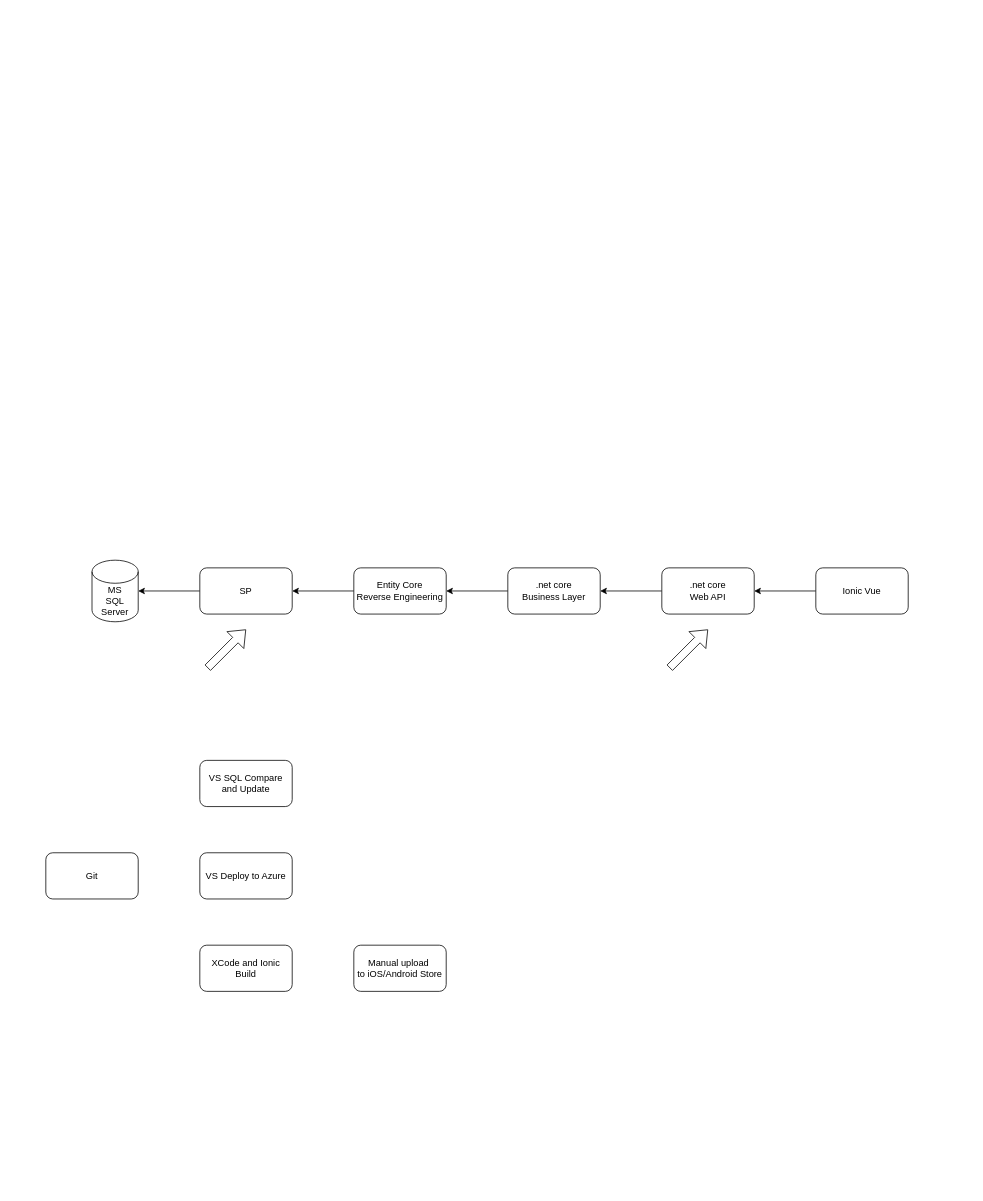
vinceliao99/MyDiagrams keeps this draw.io diagram as Dev Flow/Dev Flow.drawio. Above is the earlier version. Source tidied: cells renumbered, new cells numbered last; positions are measured from the earlier drawing's top-left corner, leaving out a move shared by most shapes. Both pictures are drawn from the tidied source at 77%, with x=0, y=0 at pixel (45, 560).
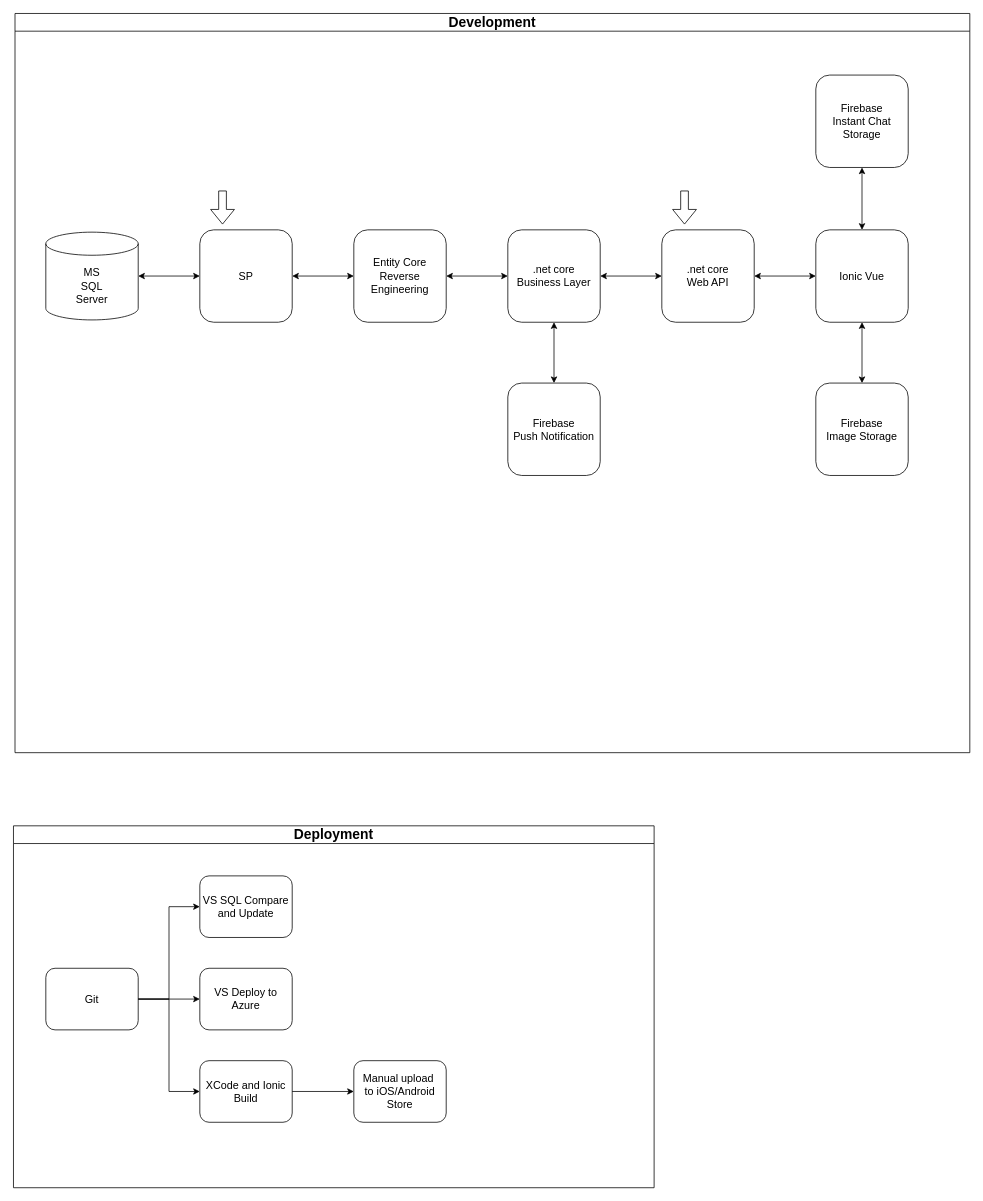
The same diagram, later.

The edit, as a diff of the source:
```diff
@@
-    <mxCell id="2" value="MS&lt;div&gt;SQL&lt;/div&gt;&lt;div&gt;Server&lt;/div&gt;" style="shape=cylinder3;whiteSpace=wrap;html=1;boundedLbl=1;backgroundOutline=1;size=15;" parent="1" vertex="1">
-      <mxGeometry x="60" width="60" height="80" as="geometry" />
-    </mxCell>
-    <mxCell id="3" style="edgeStyle=orthogonalEdgeStyle;rounded=0;jettySize=auto;html=1;exitX=0;exitY=0.5;exitDx=0;exitDy=0;" parent="1" edge="1" source="4" target="2">
-      <mxGeometry relative="1" as="geometry" />
-    </mxCell>
-    <mxCell id="4" value="SP" style="rounded=1;whiteSpace=wrap;html=1;" parent="1" vertex="1">
-      <mxGeometry x="200" y="10" width="120" height="60" as="geometry" />
-    </mxCell>
-    <mxCell id="5" style="edgeStyle=orthogonalEdgeStyle;rounded=0;jettySize=auto;html=1;exitX=0;exitY=0.5;exitDx=0;exitDy=0;entryX=1;entryY=0.5;entryDx=0;entryDy=0;" parent="1" edge="1" source="6" target="10">
-      <mxGeometry relative="1" as="geometry" />
-    </mxCell>
-    <mxCell id="6" value=".net core&lt;div&gt;Web API&lt;/div&gt;" style="rounded=1;whiteSpace=wrap;html=1;" parent="1" vertex="1">
-      <mxGeometry x="800" y="10" width="120" height="60" as="geometry" />
-    </mxCell>
-    <mxCell id="7" style="edgeStyle=orthogonalEdgeStyle;rounded=0;jettySize=auto;html=1;exitX=0;exitY=0.5;exitDx=0;exitDy=0;" parent="1" edge="1" source="8" target="4">
-      <mxGeometry relative="1" as="geometry" />
-    </mxCell>
-    <mxCell id="8" value="Entity Core&lt;div&gt;Reverse Engineering&lt;/div&gt;" style="rounded=1;whiteSpace=wrap;html=1;" parent="1" vertex="1">
-      <mxGeometry x="400" y="10" width="120" height="60" as="geometry" />
-    </mxCell>
-    <mxCell id="9" style="edgeStyle=orthogonalEdgeStyle;rounded=0;jettySize=auto;html=1;exitX=0;exitY=0.5;exitDx=0;exitDy=0;entryX=1;entryY=0.5;entryDx=0;entryDy=0;" parent="1" edge="1" source="10" target="8">
-      <mxGeometry relative="1" as="geometry" />
-    </mxCell>
-    <mxCell id="10" value=".net core&lt;div&gt;Business Layer&lt;/div&gt;" style="rounded=1;whiteSpace=wrap;html=1;" parent="1" vertex="1">
-      <mxGeometry x="600" y="10" width="120" height="60" as="geometry" />
-    </mxCell>
-    <mxCell id="11" style="edgeStyle=orthogonalEdgeStyle;rounded=0;jettySize=auto;html=1;exitX=0;exitY=0.5;exitDx=0;exitDy=0;entryX=1;entryY=0.5;entryDx=0;entryDy=0;" parent="1" edge="1" source="12" target="6">
-      <mxGeometry relative="1" as="geometry" />
-    </mxCell>
-    <mxCell id="12" value="Ionic Vue" style="rounded=1;whiteSpace=wrap;html=1;" parent="1" vertex="1">
-      <mxGeometry x="1000" y="10" width="120" height="60" as="geometry" />
-    </mxCell>
-    <mxCell id="13" style="shape=flexArrow;endArrow=classic;html=1;rounded=0;" parent="1" edge="1">
-      <mxGeometry relative="1" as="geometry">
-        <mxPoint x="810" y="140" as="sourcePoint" />
-        <mxPoint x="860" y="90" as="targetPoint" />
-      </mxGeometry>
-    </mxCell>
-    <mxCell id="14" style="shape=flexArrow;endArrow=classic;html=1;rounded=0;" parent="1" edge="1">
-      <mxGeometry relative="1" as="geometry">
-        <mxPoint x="210" y="140" as="sourcePoint" />
-        <mxPoint x="260" y="90" as="targetPoint" />
-      </mxGeometry>
-    </mxCell>
+    <mxCell id="20" value="&lt;font style=&quot;font-size: 18px;&quot;&gt;Deployment&lt;/font&gt;" style="swimlane;whiteSpace=wrap;html=1;startSize=23;" parent="1" vertex="1">
+      <mxGeometry x="-42" y="345" width="832" height="470" as="geometry" />
+    </mxCell>
-    <mxCell id="15" value="Git" style="rounded=1;whiteSpace=wrap;html=1;" parent="1" vertex="1">
-      <mxGeometry y="380" width="120" height="60" as="geometry" />
+    <mxCell id="15" value="Git" style="rounded=1;whiteSpace=wrap;html=1;fontSize=14;" parent="20" vertex="1">
+      <mxGeometry x="42" y="185" width="120" height="80" as="geometry" />
     </mxCell>
-    <mxCell id="16" value="VS SQL Compare and Update" style="rounded=1;whiteSpace=wrap;html=1;" parent="1" vertex="1">
-      <mxGeometry x="200" y="260" width="120" height="60" as="geometry" />
+    <mxCell id="16" value="VS SQL Compare and Update" style="rounded=1;whiteSpace=wrap;html=1;fontSize=14;" parent="20" vertex="1">
+      <mxGeometry x="242" y="65" width="120" height="80" as="geometry" />
     </mxCell>
-    <mxCell id="17" value="VS Deploy to Azure" style="rounded=1;whiteSpace=wrap;html=1;" parent="1" vertex="1">
-      <mxGeometry x="200" y="380" width="120" height="60" as="geometry" />
+    <mxCell id="17" value="VS Deploy to Azure" style="rounded=1;whiteSpace=wrap;html=1;fontSize=14;" parent="20" vertex="1">
+      <mxGeometry x="242" y="185" width="120" height="80" as="geometry" />
     </mxCell>
-    <mxCell id="18" value="XCode and Ionic Build" style="rounded=1;whiteSpace=wrap;html=1;" parent="1" vertex="1">
-      <mxGeometry x="200" y="500" width="120" height="60" as="geometry" />
+    <mxCell id="18" value="XCode and Ionic Build" style="rounded=1;whiteSpace=wrap;html=1;fontSize=14;" parent="20" vertex="1">
+      <mxGeometry x="242" y="305" width="120" height="80" as="geometry" />
     </mxCell>
-    <mxCell id="19" value="Manual upload&amp;nbsp;&lt;div&gt;to iOS/Android Store&lt;/div&gt;" style="rounded=1;whiteSpace=wrap;html=1;" parent="1" vertex="1">
-      <mxGeometry x="400" y="500" width="120" height="60" as="geometry" />
+    <mxCell id="19" value="Manual upload&amp;nbsp;&lt;div style=&quot;font-size: 14px;&quot;&gt;to iOS/Android Store&lt;/div&gt;" style="rounded=1;whiteSpace=wrap;html=1;fontSize=14;" parent="20" vertex="1">
+      <mxGeometry x="442" y="305" width="120" height="80" as="geometry" />
     </mxCell>
+    <mxCell id="21" style="edgeStyle=orthogonalEdgeStyle;rounded=0;jettySize=auto;html=1;exitX=1;exitY=0.5;exitDx=0;exitDy=0;entryX=0;entryY=0.5;entryDx=0;entryDy=0;" parent="20" edge="1" source="15" target="16">
+      <mxGeometry relative="1" as="geometry" />
+    </mxCell>
+    <mxCell id="22" style="edgeStyle=orthogonalEdgeStyle;rounded=0;jettySize=auto;html=1;exitX=1;exitY=0.5;exitDx=0;exitDy=0;entryX=0;entryY=0.5;entryDx=0;entryDy=0;" parent="20" edge="1" source="15" target="17">
+      <mxGeometry relative="1" as="geometry" />
+    </mxCell>
+    <mxCell id="23" style="edgeStyle=orthogonalEdgeStyle;rounded=0;jettySize=auto;html=1;exitX=1;exitY=0.5;exitDx=0;exitDy=0;entryX=0;entryY=0.5;entryDx=0;entryDy=0;" parent="20" edge="1" source="15" target="18">
+      <mxGeometry relative="1" as="geometry" />
+    </mxCell>
+    <mxCell id="24" style="edgeStyle=orthogonalEdgeStyle;rounded=0;jettySize=auto;html=1;exitX=1;exitY=0.5;exitDx=0;exitDy=0;entryX=0;entryY=0.5;entryDx=0;entryDy=0;" parent="20" edge="1" source="18" target="19">
+      <mxGeometry relative="1" as="geometry" />
+    </mxCell>
+    <mxCell id="25" value="&lt;font style=&quot;font-size: 18px;&quot;&gt;Development&lt;/font&gt;" style="swimlane;whiteSpace=wrap;html=1;startSize=23;fontSize=14;" parent="1" vertex="1">
+      <mxGeometry x="-40" y="-710" width="1240" height="960" as="geometry" />
+    </mxCell>
+    <mxCell id="26" style="edgeStyle=orthogonalEdgeStyle;rounded=0;jettySize=auto;html=1;exitX=1;exitY=0.5;exitDx=0;exitDy=0;exitPerimeter=0;entryX=0;entryY=0.5;entryDx=0;entryDy=0;startArrow=classic;startFill=1;" parent="25" edge="1" source="2" target="4">
+      <mxGeometry relative="1" as="geometry" />
+    </mxCell>
+    <mxCell id="2" value="&lt;font style=&quot;font-size: 14px;&quot;&gt;MS&lt;/font&gt;&lt;div style=&quot;font-size: 14px;&quot;&gt;&lt;font style=&quot;font-size: 14px;&quot;&gt;SQL&lt;/font&gt;&lt;/div&gt;&lt;div style=&quot;font-size: 14px;&quot;&gt;&lt;font style=&quot;font-size: 14px;&quot;&gt;Server&lt;/font&gt;&lt;/div&gt;" style="shape=cylinder3;whiteSpace=wrap;html=1;boundedLbl=1;backgroundOutline=1;size=15;" parent="25" vertex="1">
+      <mxGeometry x="40" y="284" width="120" height="114" as="geometry" />
+    </mxCell>
+    <mxCell id="27" style="edgeStyle=orthogonalEdgeStyle;rounded=0;jettySize=auto;html=1;exitX=1;exitY=0.5;exitDx=0;exitDy=0;entryX=0;entryY=0.5;entryDx=0;entryDy=0;startArrow=classic;startFill=1;" parent="25" edge="1" source="4" target="8">
+      <mxGeometry relative="1" as="geometry" />
+    </mxCell>
+    <mxCell id="4" value="SP" style="rounded=1;whiteSpace=wrap;html=1;fontSize=14;" parent="25" vertex="1">
+      <mxGeometry x="240" y="281" width="120" height="120" as="geometry" />
+    </mxCell>
+    <mxCell id="28" style="edgeStyle=orthogonalEdgeStyle;rounded=0;jettySize=auto;html=1;exitX=1;exitY=0.5;exitDx=0;exitDy=0;entryX=0;entryY=0.5;entryDx=0;entryDy=0;startArrow=classic;startFill=1;" parent="25" edge="1" source="6" target="12">
+      <mxGeometry relative="1" as="geometry" />
+    </mxCell>
+    <mxCell id="6" value=".net core&lt;div style=&quot;font-size: 14px;&quot;&gt;Web API&lt;/div&gt;" style="rounded=1;whiteSpace=wrap;html=1;fontSize=14;" parent="25" vertex="1">
+      <mxGeometry x="840" y="281" width="120" height="120" as="geometry" />
+    </mxCell>
+    <mxCell id="29" style="edgeStyle=orthogonalEdgeStyle;rounded=0;jettySize=auto;html=1;exitX=1;exitY=0.5;exitDx=0;exitDy=0;entryX=0;entryY=0.5;entryDx=0;entryDy=0;startArrow=classic;startFill=1;" parent="25" edge="1" source="8" target="10">
+      <mxGeometry relative="1" as="geometry" />
+    </mxCell>
+    <mxCell id="8" value="Entity Core&lt;div style=&quot;font-size: 14px;&quot;&gt;Reverse Engineering&lt;/div&gt;" style="rounded=1;whiteSpace=wrap;html=1;fontSize=14;" parent="25" vertex="1">
+      <mxGeometry x="440" y="281" width="120" height="120" as="geometry" />
+    </mxCell>
+    <mxCell id="30" style="edgeStyle=orthogonalEdgeStyle;rounded=0;jettySize=auto;html=1;exitX=1;exitY=0.5;exitDx=0;exitDy=0;entryX=0;entryY=0.5;entryDx=0;entryDy=0;startArrow=classic;startFill=1;" parent="25" edge="1" source="10" target="6">
+      <mxGeometry relative="1" as="geometry" />
+    </mxCell>
+    <mxCell id="31" style="edgeStyle=orthogonalEdgeStyle;rounded=0;jettySize=auto;html=1;exitX=0.5;exitY=1;exitDx=0;exitDy=0;entryX=0.5;entryY=0;entryDx=0;entryDy=0;startArrow=classic;startFill=1;" parent="25" edge="1" source="10" target="35">
+      <mxGeometry relative="1" as="geometry" />
+    </mxCell>
+    <mxCell id="10" value=".net core&lt;div style=&quot;font-size: 14px;&quot;&gt;Business Layer&lt;/div&gt;" style="rounded=1;whiteSpace=wrap;html=1;fontSize=14;" parent="25" vertex="1">
+      <mxGeometry x="640" y="281" width="120" height="120" as="geometry" />
+    </mxCell>
+    <mxCell id="32" style="edgeStyle=orthogonalEdgeStyle;rounded=0;jettySize=auto;html=1;exitX=0.5;exitY=1;exitDx=0;exitDy=0;entryX=0.5;entryY=0;entryDx=0;entryDy=0;startArrow=classic;startFill=1;" parent="25" edge="1" source="12" target="36">
+      <mxGeometry relative="1" as="geometry" />
+    </mxCell>
+    <mxCell id="33" style="edgeStyle=orthogonalEdgeStyle;rounded=0;jettySize=auto;html=1;exitX=0.5;exitY=0;exitDx=0;exitDy=0;entryX=0.5;entryY=1;entryDx=0;entryDy=0;startArrow=classic;startFill=1;" parent="25" edge="1" source="12" target="37">
+      <mxGeometry relative="1" as="geometry" />
+    </mxCell>
+    <mxCell id="12" value="Ionic Vue" style="rounded=1;whiteSpace=wrap;html=1;fontSize=14;" parent="25" vertex="1">
+      <mxGeometry x="1040" y="281" width="120" height="120" as="geometry" />
+    </mxCell>
+    <mxCell id="13" style="shape=flexArrow;endArrow=classic;html=1;rounded=0;" parent="25" edge="1">
+      <mxGeometry relative="1" as="geometry">
+        <mxPoint x="869.5" y="230" as="sourcePoint" />
+        <mxPoint x="869.5" y="274" as="targetPoint" />
+      </mxGeometry>
+    </mxCell>
+    <mxCell id="34" style="shape=flexArrow;endArrow=classic;html=1;rounded=0;" parent="25" edge="1">
+      <mxGeometry relative="1" as="geometry">
+        <mxPoint x="269.5" y="230" as="sourcePoint" />
+        <mxPoint x="269.5" y="274" as="targetPoint" />
+      </mxGeometry>
+    </mxCell>
+    <mxCell id="35" value="Firebase&lt;div&gt;Push Notification&lt;/div&gt;" style="rounded=1;whiteSpace=wrap;html=1;fontSize=14;" parent="25" vertex="1">
+      <mxGeometry x="640" y="480" width="120" height="120" as="geometry" />
+    </mxCell>
+    <mxCell id="36" value="Firebase&lt;div&gt;Image Storage&lt;/div&gt;" style="rounded=1;whiteSpace=wrap;html=1;fontSize=14;" parent="25" vertex="1">
+      <mxGeometry x="1040" y="480" width="120" height="120" as="geometry" />
+    </mxCell>
+    <mxCell id="37" value="Firebase&lt;div&gt;Instant Chat Storage&lt;/div&gt;" style="rounded=1;whiteSpace=wrap;html=1;fontSize=14;" parent="25" vertex="1">
+      <mxGeometry x="1040" y="80" width="120" height="120" as="geometry" />
+    </mxCell>
```
